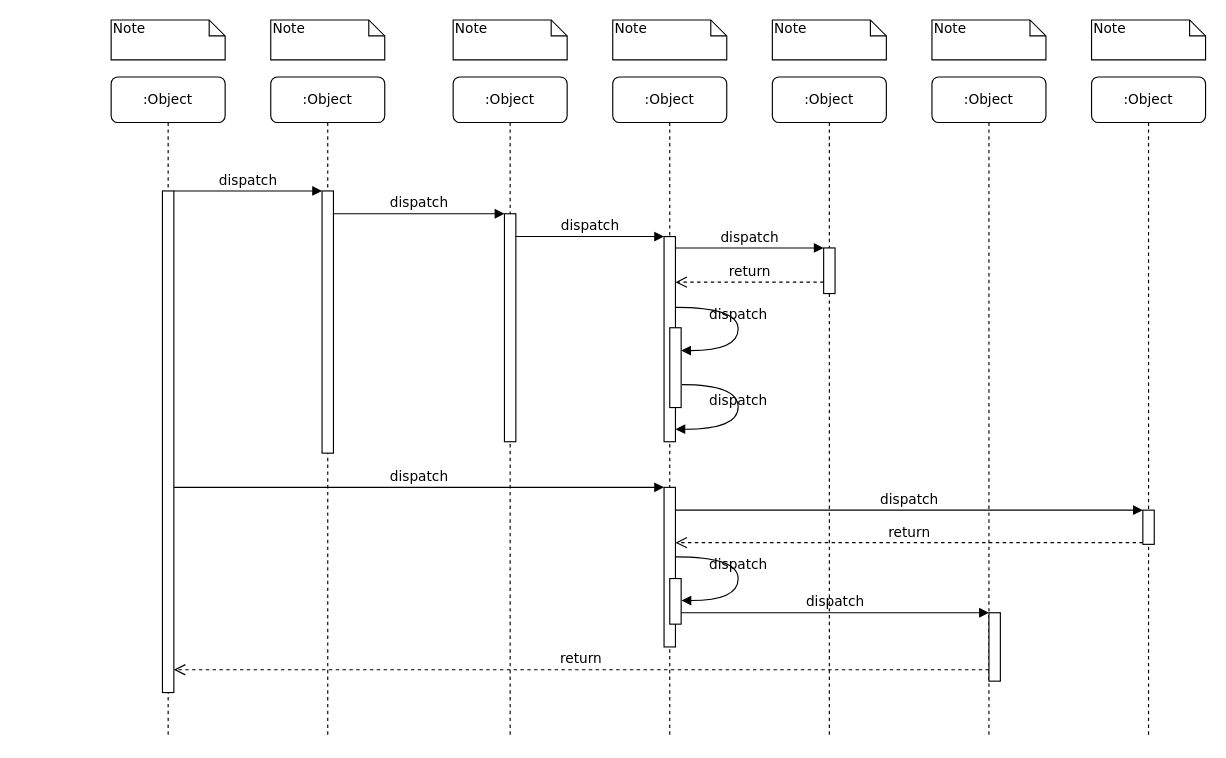
NanShanWuLe/FirstGitHub keeps this draw.io diagram as infoflow学习.drawio. Above is the earlier version. Source tidied: cells renumbered, new cells numbered last; positions are measured from the earlier drawing's top-left corner, leaving out a move shared by most shapes. Both pictures are drawn from the tidied source at 114%, with x=0, y=0 at pixel (111, 19).
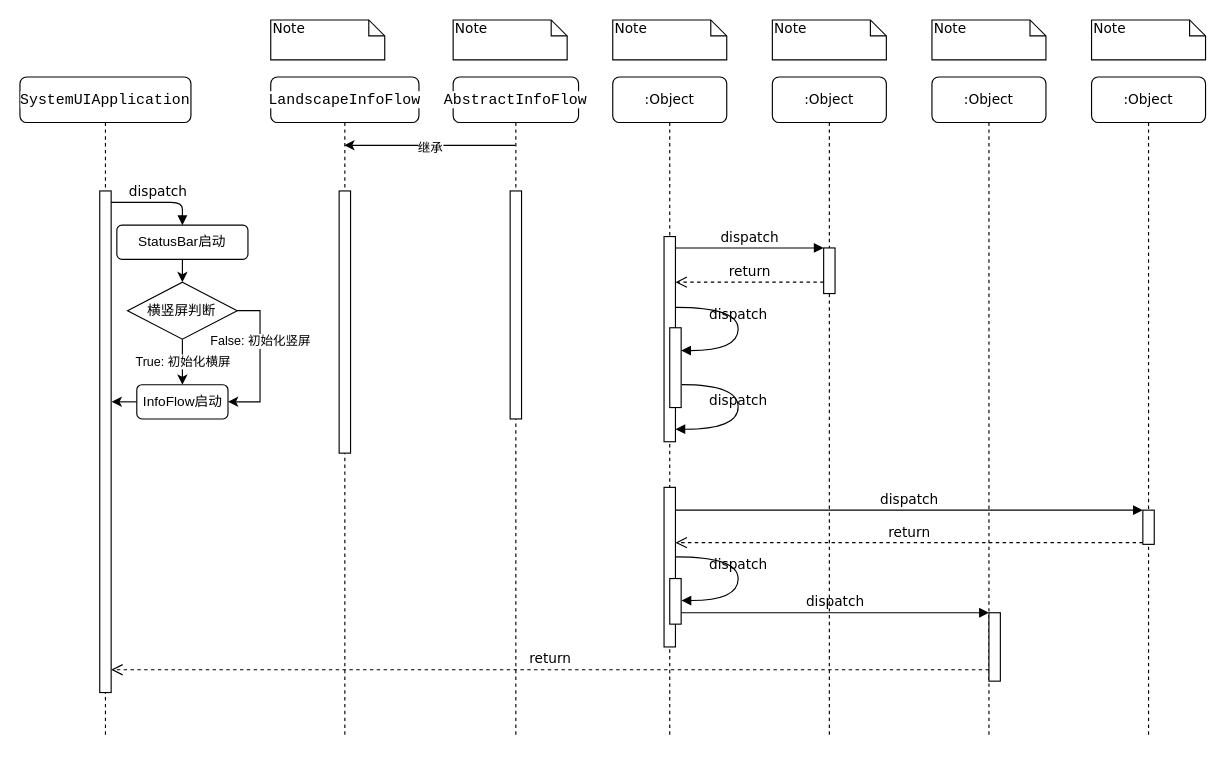
The same diagram, later.

Unchanged cells that the change refers to:
```xml
<mxCell id="12" style="html=1;points=[];perimeter=orthogonalPerimeter;rounded=0;shadow=0;comic=0;labelBackgroundColor=none;strokeWidth=1;fontFamily=Verdana;fontSize=12;align=center;" parent="1" vertex="1">
  <mxGeometry x="485" y="190" width="10" height="180" as="geometry" />
</mxCell>
<mxCell id="17" style="html=1;points=[];perimeter=orthogonalPerimeter;rounded=0;shadow=0;comic=0;labelBackgroundColor=none;strokeWidth=1;fontFamily=Verdana;fontSize=12;align=center;" parent="1" vertex="1">
  <mxGeometry x="485" y="410" width="10" height="140" as="geometry" />
</mxCell>
```

Diff of the diagram source:
```diff
@@
-    <mxCell id="2" value=":Object" style="shape=umlLifeline;perimeter=lifelinePerimeter;whiteSpace=wrap;html=1;outlineConnect=0;rounded=1;shadow=0;comic=0;labelBackgroundColor=none;strokeWidth=1;fontFamily=Verdana;fontSize=12;align=center;" parent="1" vertex="1">
-      <mxGeometry x="140" y="50" width="100" height="580" as="geometry" />
+    <mxCell id="2" value="&lt;pre style=&quot;font-family: &amp;quot;JetBrains Mono&amp;quot;, monospace; font-size: 9.8pt;&quot;&gt;&lt;span style=&quot;background-color: rgb(255, 255, 255);&quot;&gt;LandscapeInfoFlow&lt;/span&gt;&lt;/pre&gt;" style="shape=umlLifeline;perimeter=lifelinePerimeter;whiteSpace=wrap;html=1;outlineConnect=0;rounded=1;shadow=0;comic=0;labelBackgroundColor=none;strokeWidth=1;fontFamily=Verdana;fontSize=12;align=center;" parent="1" vertex="1">
+      <mxGeometry x="140" y="50" width="130" height="580" as="geometry" />
     </mxCell>
     <mxCell id="3" style="html=1;points=[];perimeter=orthogonalPerimeter;rounded=0;shadow=0;comic=0;labelBackgroundColor=none;strokeWidth=1;fontFamily=Verdana;fontSize=12;align=center;" parent="2" vertex="1">
-      <mxGeometry x="45" y="100" width="10" height="230" as="geometry" />
+      <mxGeometry x="60" y="100" width="10" height="230" as="geometry" />
     </mxCell>
-    <mxCell id="4" value=":Object" style="shape=umlLifeline;perimeter=lifelinePerimeter;whiteSpace=wrap;html=1;outlineConnect=0;rounded=1;shadow=0;comic=0;labelBackgroundColor=none;strokeWidth=1;fontFamily=Verdana;fontSize=12;align=center;" parent="1" vertex="1">
-      <mxGeometry x="300" y="50" width="100" height="580" as="geometry" />
+    <mxCell id="4" value="&lt;pre style=&quot;font-family: &amp;quot;JetBrains Mono&amp;quot;, monospace; font-size: 9.8pt;&quot;&gt;&lt;span style=&quot;background-color: rgb(255, 255, 255);&quot;&gt;AbstractInfoFlow&lt;/span&gt;&lt;/pre&gt;" style="shape=umlLifeline;perimeter=lifelinePerimeter;whiteSpace=wrap;html=1;outlineConnect=0;rounded=1;shadow=0;comic=0;labelBackgroundColor=none;strokeWidth=1;fontFamily=Verdana;fontSize=12;align=center;" parent="1" vertex="1">
+      <mxGeometry x="300" y="50" width="110" height="580" as="geometry" />
     </mxCell>
     <mxCell id="5" style="html=1;points=[];perimeter=orthogonalPerimeter;rounded=0;shadow=0;comic=0;labelBackgroundColor=none;strokeWidth=1;fontFamily=Verdana;fontSize=12;align=center;" parent="4" vertex="1">
-      <mxGeometry x="45" y="120" width="10" height="200" as="geometry" />
+      <mxGeometry x="50" y="100" width="10" height="200" as="geometry" />
     </mxCell>
@@
-    <mxCell id="10" value=":Object" style="shape=umlLifeline;perimeter=lifelinePerimeter;whiteSpace=wrap;html=1;rounded=1;shadow=0;comic=0;labelBackgroundColor=none;strokeWidth=1;fontFamily=Verdana;fontSize=12;align=center;" parent="1" vertex="1">
-      <mxGeometry y="50" width="100" height="580" as="geometry" />
+    <mxCell id="10" value="&lt;pre style=&quot;font-family: &amp;quot;JetBrains Mono&amp;quot;, monospace; font-size: 9.8pt;&quot;&gt;&lt;span style=&quot;background-color: rgb(255, 255, 255);&quot;&gt;SystemUIApplication&lt;/span&gt;&lt;/pre&gt;" style="shape=umlLifeline;perimeter=lifelinePerimeter;whiteSpace=wrap;html=1;rounded=1;shadow=0;comic=0;labelBackgroundColor=none;strokeWidth=1;fontFamily=Verdana;fontSize=12;align=center;" parent="1" vertex="1">
+      <mxGeometry x="-80" y="50" width="150" height="580" as="geometry" />
     </mxCell>
     <mxCell id="11" style="html=1;points=[];perimeter=orthogonalPerimeter;rounded=0;shadow=0;comic=0;labelBackgroundColor=none;strokeWidth=1;fontFamily=Verdana;fontSize=12;align=center;" parent="10" vertex="1">
-      <mxGeometry x="45" y="100" width="10" height="440" as="geometry" />
+      <mxGeometry x="70" y="100" width="10" height="440" as="geometry" />
     </mxCell>
+    <mxCell id="39" value="True: 初始化横屏" style="edgeStyle=orthogonalEdgeStyle;rounded=0;jettySize=auto;html=1;exitX=0.5;exitY=1;exitDx=0;exitDy=0;entryX=0.5;entryY=0;entryDx=0;entryDy=0;fontColor=#000000;" parent="10" edge="1" source="42" target="46">
+      <mxGeometry relative="1" as="geometry" />
+    </mxCell>
+    <mxCell id="40" style="edgeStyle=orthogonalEdgeStyle;rounded=0;jettySize=auto;html=1;exitX=1;exitY=0.5;exitDx=0;exitDy=0;entryX=1;entryY=0.5;entryDx=0;entryDy=0;fontColor=#000000;" parent="10" edge="1" source="42" target="46">
+      <mxGeometry relative="1" as="geometry" />
+    </mxCell>
+    <mxCell id="41" value="False: 初始化竖屏" style="edgeLabel;html=1;align=center;verticalAlign=middle;fontColor=#000000;" parent="40" vertex="1">
+      <mxGeometry x="-0.38" relative="1" as="geometry">
+        <mxPoint y="6" as="offset" />
+      </mxGeometry>
+    </mxCell>
+    <mxCell id="42" value="横竖屏判断" style="rhombus;whiteSpace=wrap;html=1;labelBackgroundColor=#FFFFFF;fontColor=#000000;" parent="10" vertex="1">
+      <mxGeometry x="94.4" y="180" width="96.2" height="50" as="geometry" />
+    </mxCell>
+    <mxCell id="43" style="edgeStyle=orthogonalEdgeStyle;rounded=0;jettySize=auto;html=1;exitX=0.5;exitY=1;exitDx=0;exitDy=0;entryX=0.5;entryY=0;entryDx=0;entryDy=0;fontColor=#000000;" parent="10" edge="1" source="44" target="42">
+      <mxGeometry relative="1" as="geometry" />
+    </mxCell>
+    <mxCell id="44" value="StatusBar启动" style="rounded=1;whiteSpace=wrap;html=1;labelBackgroundColor=#FFFFFF;fontColor=#000000;" parent="10" vertex="1">
+      <mxGeometry x="85" y="130" width="115" height="30" as="geometry" />
+    </mxCell>
+    <mxCell id="25" value="dispatch" style="html=1;verticalAlign=bottom;endArrow=block;labelBackgroundColor=none;fontFamily=Verdana;fontSize=12;edgeStyle=elbowEdgeStyle;elbow=vertical;entryX=0.5;entryY=0;entryDx=0;entryDy=0;" parent="10" edge="1" source="11" target="44">
+      <mxGeometry relative="1" as="geometry">
+        <Array as="points">
+          <mxPoint x="190" y="110" />
+        </Array>
+      </mxGeometry>
+    </mxCell>
+    <mxCell id="45" style="edgeStyle=orthogonalEdgeStyle;rounded=0;jettySize=auto;html=1;exitX=0;exitY=0.5;exitDx=0;exitDy=0;entryX=1.043;entryY=0.421;entryDx=0;entryDy=0;entryPerimeter=0;fontColor=#000000;" parent="10" edge="1" source="46" target="11">
+      <mxGeometry relative="1" as="geometry" />
+    </mxCell>
+    <mxCell id="46" value="InfoFlow启动" style="rounded=1;whiteSpace=wrap;html=1;labelBackgroundColor=#FFFFFF;fontColor=#000000;" parent="10" vertex="1">
+      <mxGeometry x="102.5" y="270" width="80" height="30" as="geometry" />
+    </mxCell>
@@
-    <mxCell id="13" value="dispatch" style="html=1;verticalAlign=bottom;endArrow=block;labelBackgroundColor=none;fontFamily=Verdana;fontSize=12;edgeStyle=elbowEdgeStyle;elbow=vertical;" parent="1" edge="1" source="5" target="12">
-      <mxGeometry relative="1" as="geometry">
-        <Array as="points">
-          <mxPoint x="360" y="190" />
-        </Array>
-      </mxGeometry>
-    </mxCell>
@@
-    <mxCell id="18" value="dispatch" style="html=1;verticalAlign=bottom;endArrow=block;entryX=0;entryY=0;labelBackgroundColor=none;fontFamily=Verdana;fontSize=12;" parent="1" edge="1" source="11" target="17">
-      <mxGeometry relative="1" as="geometry" />
-    </mxCell>
@@
-    <mxCell id="25" value="dispatch" style="html=1;verticalAlign=bottom;endArrow=block;entryX=0;entryY=0;labelBackgroundColor=none;fontFamily=Verdana;fontSize=12;edgeStyle=elbowEdgeStyle;elbow=vertical;" parent="1" edge="1" source="11" target="3">
-      <mxGeometry relative="1" as="geometry" />
-    </mxCell>
-    <mxCell id="26" value="dispatch" style="html=1;verticalAlign=bottom;endArrow=block;entryX=0;entryY=0;labelBackgroundColor=none;fontFamily=Verdana;fontSize=12;edgeStyle=elbowEdgeStyle;elbow=vertical;" parent="1" edge="1" source="3" target="5">
-      <mxGeometry relative="1" as="geometry" />
-    </mxCell>
@@
-    <mxCell id="32" value="Note" style="shape=note;whiteSpace=wrap;html=1;size=14;verticalAlign=top;align=left;spacingTop=-6;rounded=0;shadow=0;comic=0;labelBackgroundColor=none;strokeWidth=1;fontFamily=Verdana;fontSize=12;" parent="1" vertex="1">
-      <mxGeometry width="100" height="35" as="geometry" />
-    </mxCell>
@@
+    <mxCell id="47" style="endArrow=classic;html=1;rounded=0;fontColor=#000000;" parent="1" edge="1" source="4" target="2">
+      <mxGeometry relative="1" as="geometry">
+        <Array as="points">
+          <mxPoint x="280" y="110" />
+        </Array>
+      </mxGeometry>
+    </mxCell>
+    <mxCell id="48" value="继承" style="edgeLabel;html=1;align=center;verticalAlign=middle;fontColor=#000000;" parent="47" vertex="1">
+      <mxGeometry x="0.12" y="1" relative="1" as="geometry">
+        <mxPoint x="9" as="offset" />
+      </mxGeometry>
+    </mxCell>
```
